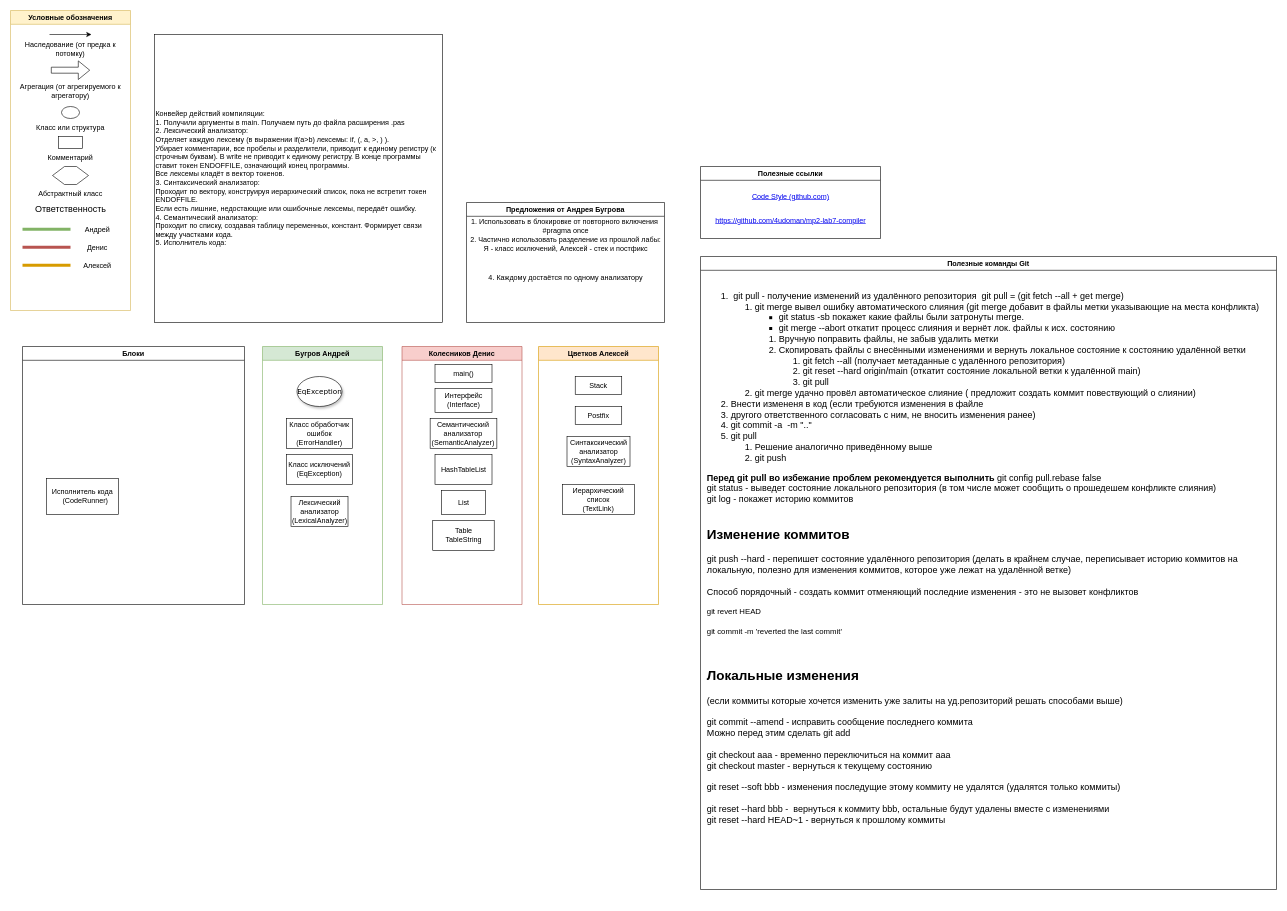
Above: Class_Diagram.drawio in ParkerProbe/mp2-lab7-compiler (draw.io), before the change. Source tidied: cells renumbered, new cells numbered last; positions are measured from the earlier drawing's top-left corner, leaving out a move shared by most shapes. Both pictures are drawn from the tidied source at 60%, with x=0, y=0 at pixel (10, 10).
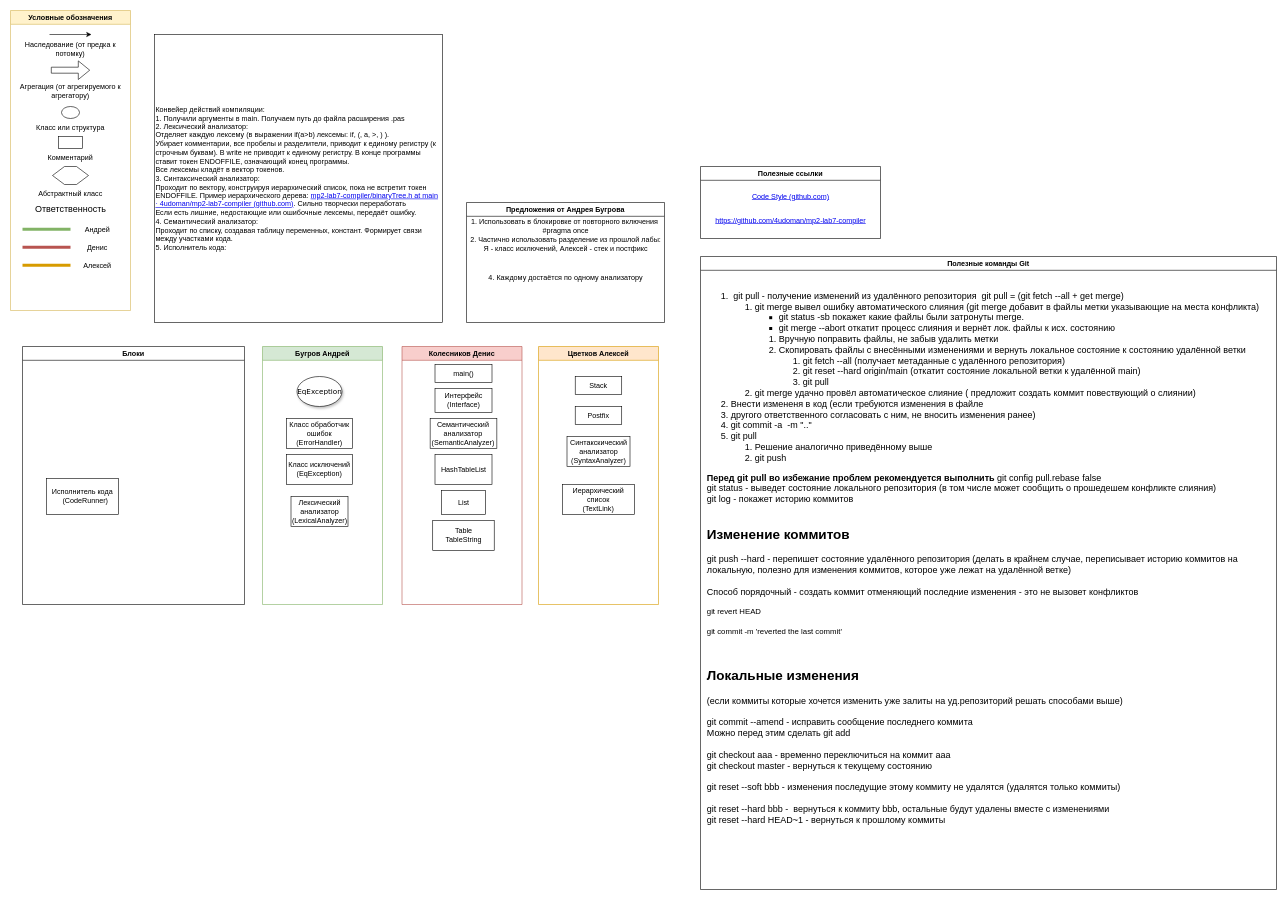
After the change.

What changed in the source:
```diff
@@
-    <mxCell id="49" value="&lt;div&gt;Конвейер действий компиляции:&lt;/div&gt;&lt;div&gt;1. Получили аргументы в main. Получаем путь до файла расширения .pas&lt;/div&gt;&lt;div&gt;2. Лексический анализатор:&lt;/div&gt;&lt;div&gt;Отделяет каждую лексему (в выражении if(a&amp;gt;b) лексемы: if, (, a, &amp;gt;, ) ).&lt;/div&gt;&lt;div&gt;Убирает комментарии, все пробелы и разделители, приводит к единому регистру (к строчным буквам). В write не приводит к единому регистру. В конце программы ставит токен ENDOFFILE, означающий конец программы.&lt;/div&gt;&lt;div&gt;Все лексемы кладёт в вектор токенов.&lt;/div&gt;&lt;div&gt;3. Синтаксический анализатор:&lt;/div&gt;&lt;div&gt;Проходит по вектору, конструируя иерархический список, пока не встретит токен&amp;nbsp;&lt;/div&gt;ENDOFFILE.&lt;div&gt;Если есть лишние, недостающие или ошибочные лексемы, передаёт ошибку.&lt;/div&gt;&lt;div&gt;4. Семантический анализатор:&amp;nbsp;&lt;/div&gt;&lt;div&gt;Проходит по списку, создавая таблицу переменных, констант. Формирует связи между участками кода.&amp;nbsp;&lt;/div&gt;&lt;div&gt;5. Исполнитель кода:&amp;nbsp;&lt;/div&gt;" style="rounded=0;whiteSpace=wrap;html=1;align=left;" parent="1" vertex="1">
+    <mxCell id="49" value="&lt;div&gt;Конвейер действий компиляции:&lt;/div&gt;&lt;div&gt;1. Получили аргументы в main. Получаем путь до файла расширения .pas&lt;/div&gt;&lt;div&gt;2. Лексический анализатор:&lt;/div&gt;&lt;div&gt;Отделяет каждую лексему (в выражении if(a&amp;gt;b) лексемы: if, (, a, &amp;gt;, ) ).&lt;/div&gt;&lt;div&gt;Убирает комментарии, все пробелы и разделители, приводит к единому регистру (к строчным буквам). В write не приводит к единому регистру. В конце программы ставит токен ENDOFFILE, означающий конец программы.&lt;/div&gt;&lt;div&gt;Все лексемы кладёт в вектор токенов.&lt;/div&gt;&lt;div&gt;3. Синтаксический анализатор:&lt;/div&gt;&lt;div&gt;Проходит по вектору, конструируя иерархический список, пока не встретит токен&amp;nbsp;&lt;/div&gt;ENDOFFILE. Пример иерархического дерева:&amp;nbsp;&lt;a href=&quot;https://github.com/4udoman/mp2-lab7-compiler/blob/main/data_structures/binaryTree.h&quot;&gt;mp2-lab7-compiler/binaryTree.h at main · 4udoman/mp2-lab7-compiler (github.com)&lt;/a&gt;. Сильно творчески переработать&lt;div&gt;Если есть лишние, недостающие или ошибочные лексемы, передаёт ошибку.&lt;/div&gt;&lt;div&gt;4. Семантический анализатор:&amp;nbsp;&lt;/div&gt;&lt;div&gt;Проходит по списку, создавая таблицу переменных, констант. Формирует связи между участками кода.&amp;nbsp;&lt;/div&gt;&lt;div&gt;5. Исполнитель кода:&amp;nbsp;&lt;/div&gt;" style="rounded=0;whiteSpace=wrap;html=1;align=left;" parent="1" vertex="1">
       <mxGeometry x="240" y="40" width="480" height="480" as="geometry" />
     </mxCell>
```
